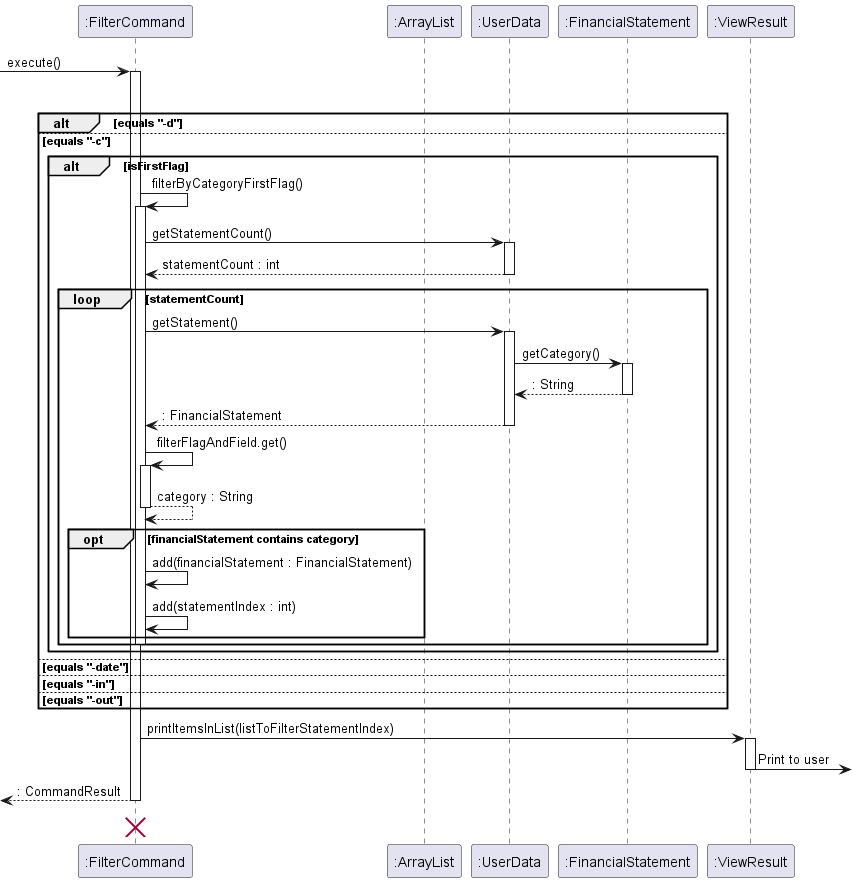
nus-cs2113-AY2223S2/tp keeps this PlantUML diagram as docs/images/DeveloperGuide/FilterCommand.png. Above is the earlier version.
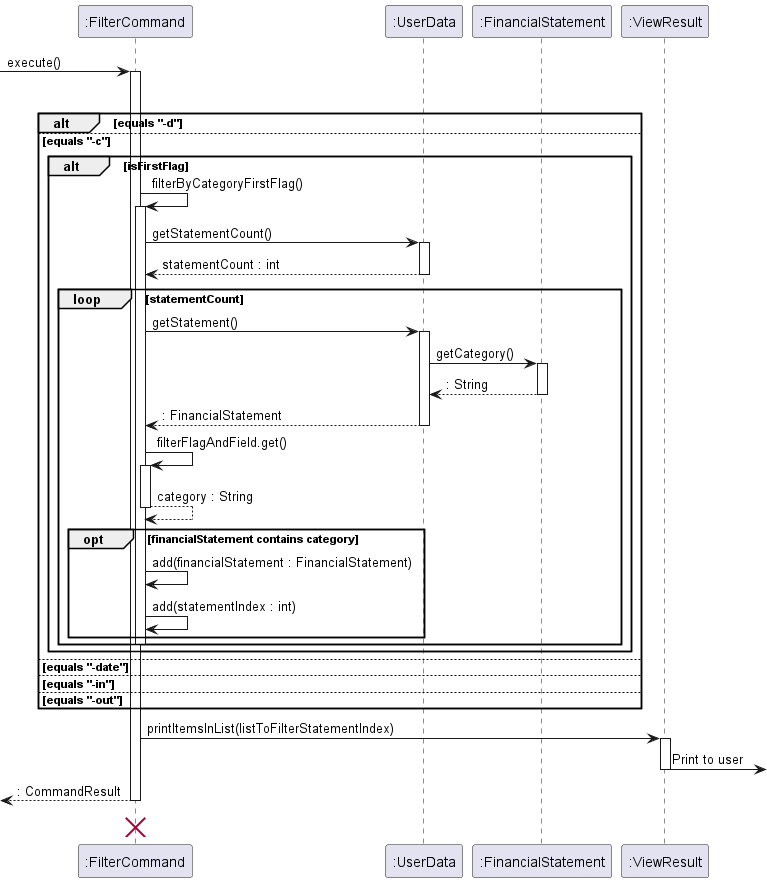
After the change.

Commit message:
Remove unused ArrayList class

The edit, as a diff of the source:
```diff
@@ -1,6 +1,5 @@
 @startuml
 participant ":FilterCommand" as FilterCommand
-participant ":ArrayList" as ArrayList
 participant ":UserData" as UserData
 participant ":FinancialStatement" as FinancialStatement
 
```
